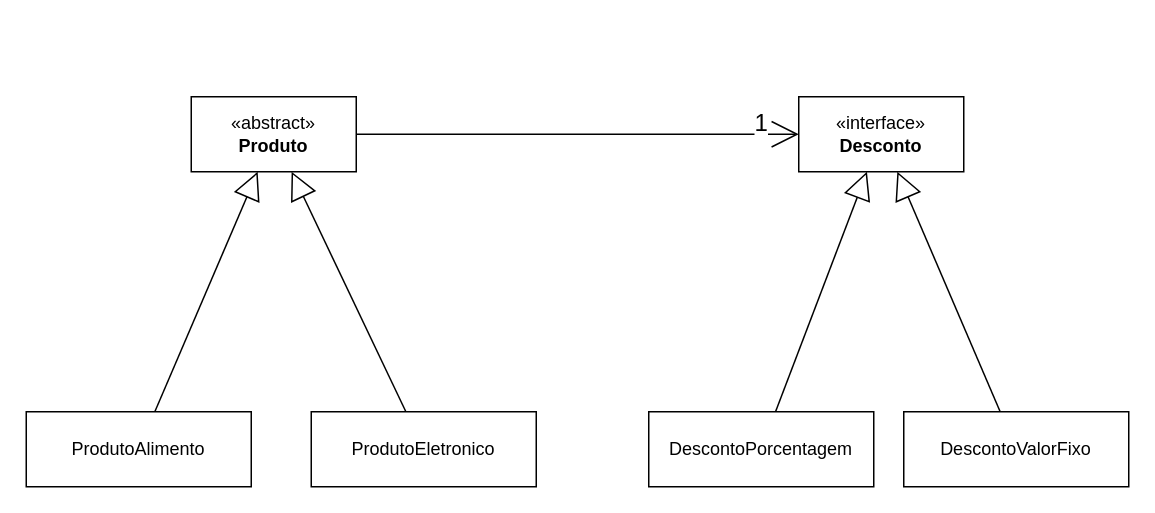
The draw.io diagram Diagrama.drawio in LeonardoVieira25/bridge, before the edit. Source tidied: cells renumbered, new cells numbered last; positions are measured from the earlier drawing's top-left corner, leaving out a move shared by most shapes. Both pictures are drawn from the tidied source at 150%, with x=0, y=0 at pixel (26, 96).
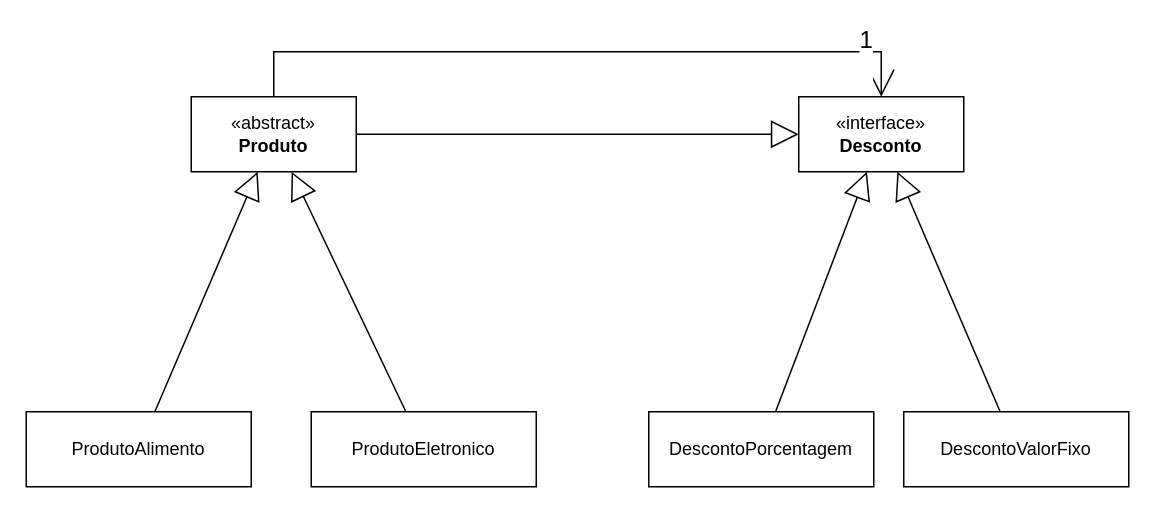
The same diagram, later.

Commit message (it also covers changes not shown here):
fix: produto depende de desconto

What changed in the source:
```diff
@@
 <mxGraphModel background="#FFFFFF">
   <root>
     <mxCell id="0" />
     <mxCell id="1" parent="0" />
     <mxCell id="2" value="«interface»&lt;br&gt;&lt;b&gt;Desconto&lt;/b&gt;" style="html=1;whiteSpace=wrap;" parent="1" vertex="1">
       <mxGeometry x="515" width="110" height="50" as="geometry" />
     </mxCell>
     <mxCell id="3" style="rounded=0;jettySize=auto;html=1;endArrow=block;endFill=0;endSize=16;" parent="1" edge="1" source="4" target="2">
       <mxGeometry relative="1" as="geometry" />
     </mxCell>
     <mxCell id="4" value="DescontoPorcentagem" style="html=1;whiteSpace=wrap;" parent="1" vertex="1">
       <mxGeometry x="415" y="210" width="150" height="50" as="geometry" />
     </mxCell>
     <mxCell id="5" style="rounded=0;jettySize=auto;html=1;endArrow=block;endFill=0;endSize=16;" parent="1" edge="1" source="6" target="2">
       <mxGeometry relative="1" as="geometry" />
     </mxCell>
     <mxCell id="6" value="DescontoValorFixo" style="html=1;whiteSpace=wrap;" parent="1" vertex="1">
       <mxGeometry x="585" y="210" width="150" height="50" as="geometry" />
     </mxCell>
-    <mxCell id="7" style="edgeStyle=orthogonalEdgeStyle;rounded=0;jettySize=auto;html=1;exitX=1;exitY=0.5;exitDx=0;exitDy=0;entryX=0;entryY=0.5;entryDx=0;entryDy=0;endArrow=open;endFill=0;endSize=16;" parent="1" edge="1" source="9" target="2">
+    <mxCell id="7" style="edgeStyle=orthogonalEdgeStyle;rounded=0;jettySize=auto;html=1;exitX=0.5;exitY=0;exitDx=0;exitDy=0;entryX=0.5;entryY=0;entryDx=0;entryDy=0;endArrow=open;endFill=0;endSize=16;" parent="1" edge="1" source="9" target="2">
       <mxGeometry relative="1" as="geometry" />
     </mxCell>
     <mxCell id="8" value="1&lt;div&gt;&lt;br&gt;&lt;/div&gt;" style="edgeLabel;html=1;align=center;verticalAlign=middle;fontSize=16;" parent="7" vertex="1">
       <mxGeometry x="0.82" y="-1" relative="1" as="geometry">
         <mxPoint x="1" as="offset" />
       </mxGeometry>
     </mxCell>
     <mxCell id="9" value="«abstract&lt;span style=&quot;background-color: transparent; color: light-dark(rgb(0, 0, 0), rgb(255, 255, 255));&quot;&gt;»&lt;/span&gt;&lt;div&gt;&lt;b&gt;Produto&lt;/b&gt;&lt;/div&gt;" style="html=1;whiteSpace=wrap;" parent="1" vertex="1">
       <mxGeometry x="110" width="110" height="50" as="geometry" />
     </mxCell>
     <mxCell id="10" value="ProdutoAlimento" style="html=1;whiteSpace=wrap;" parent="1" vertex="1">
       <mxGeometry y="210" width="150" height="50" as="geometry" />
     </mxCell>
     <mxCell id="11" value="ProdutoEletronico" style="html=1;whiteSpace=wrap;" parent="1" vertex="1">
       <mxGeometry x="190" y="210" width="150" height="50" as="geometry" />
     </mxCell>
     <mxCell id="12" style="rounded=0;jettySize=auto;html=1;endArrow=block;endFill=0;endSize=16;" parent="1" edge="1" source="10" target="9">
       <mxGeometry relative="1" as="geometry" />
     </mxCell>
     <mxCell id="13" style="rounded=0;jettySize=auto;html=1;endArrow=block;endFill=0;endSize=16;" parent="1" edge="1" source="11" target="9">
       <mxGeometry relative="1" as="geometry" />
     </mxCell>
+    <mxCell id="14" style="rounded=0;jettySize=auto;html=1;endArrow=block;endFill=0;endSize=16;entryX=0;entryY=0.5;entryDx=0;entryDy=0;exitX=1;exitY=0.5;exitDx=0;exitDy=0;" parent="1" edge="1" source="9" target="2">
+      <mxGeometry relative="1" as="geometry" />
+    </mxCell>
   </root>
 </mxGraphModel>
```
